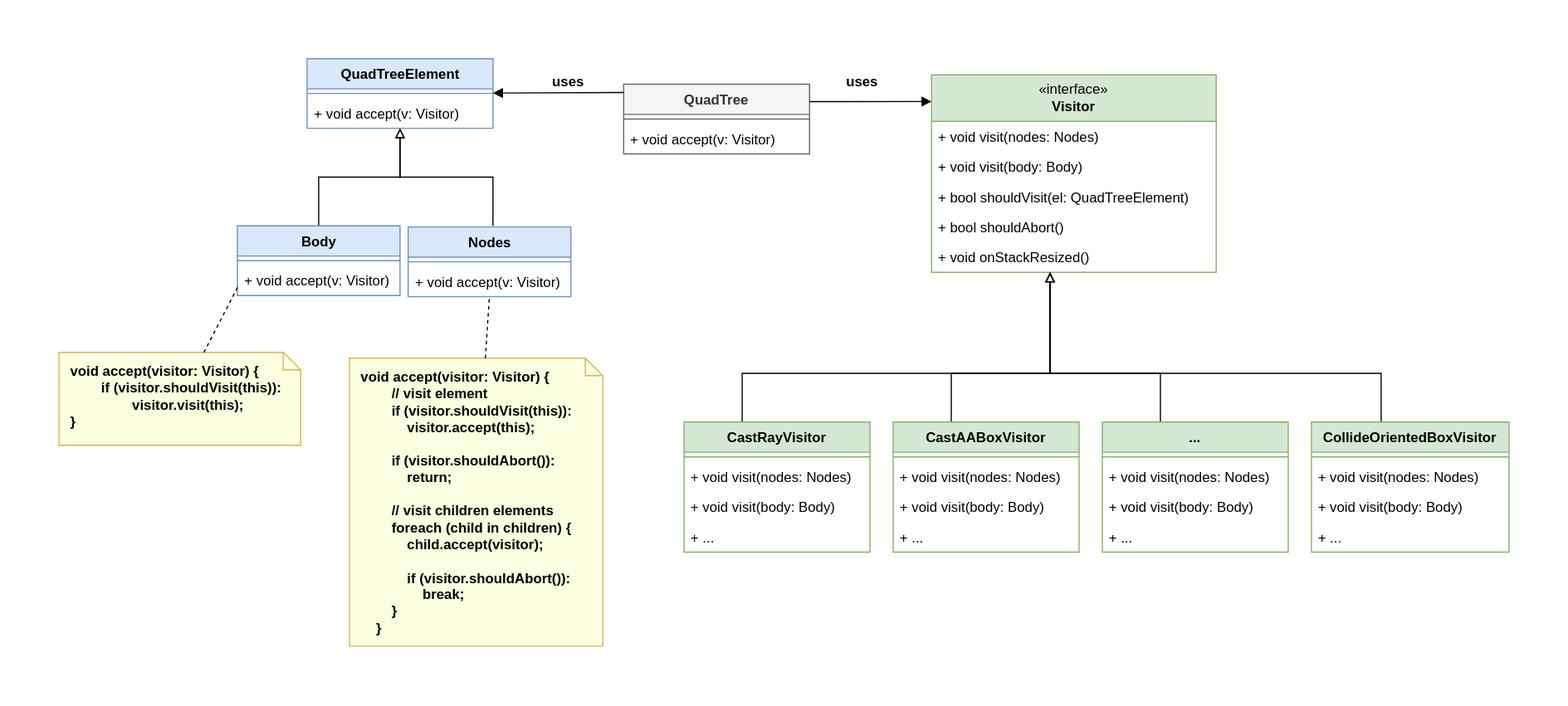
This is analysis/patterns/images/VisitorUML.svg from SwDA-Team20/Project-Team20, a draw.io export, as it was before one commit. Source tidied: cells renumbered, new cells last; positions are measured from the earlier drawing's top-left corner, leaving out a move shared by most shapes.
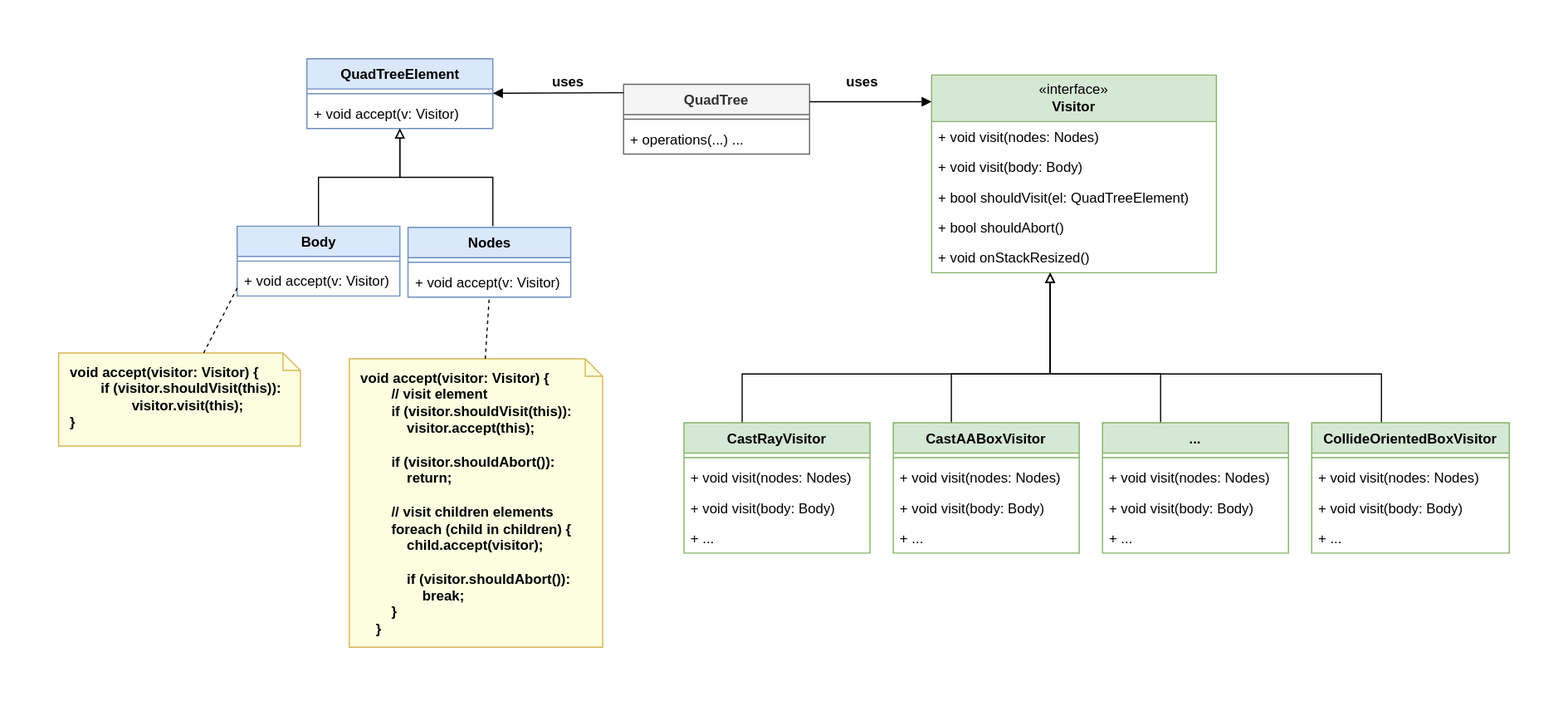
Later version of the same file.

Commit message:
Updated visitor UML, rewritten some sections of design analysis and added patterns summary

Diff of the diagram source:
```diff
@@ -153,7 +153,7 @@
     <mxCell id="44" style="line;strokeWidth=1;fillColor=none;align=left;verticalAlign=middle;spacingTop=-1;spacingLeft=3;spacingRight=3;labelPosition=right;strokeColor=inherit;" parent="43" vertex="1">
       <mxGeometry y="26" width="160" height="8" as="geometry" />
     </mxCell>
-    <mxCell id="45" value="+ void accept(v: Visitor)" style="text;strokeColor=none;fillColor=none;align=left;verticalAlign=top;spacingLeft=4;spacingRight=4;overflow=hidden;whiteSpace=wrap;html=1;" parent="43" vertex="1">
+    <mxCell id="45" value="+ operations(...) ..." style="text;strokeColor=none;fillColor=none;align=left;verticalAlign=top;spacingLeft=4;spacingRight=4;overflow=hidden;whiteSpace=wrap;html=1;" parent="43" vertex="1">
       <mxGeometry y="34" width="160" height="26" as="geometry" />
     </mxCell>
     <mxCell id="46" value="uses" style="html=1;verticalAlign=bottom;endArrow=block;rounded=0;fontFamily=Helvetica;fontSize=12;fontColor=default;fontStyle=1;horizontal=1;exitX=0;exitY=0.12;exitDx=0;exitDy=0;exitPerimeter=0;" parent="1" edge="1" source="43" target="2">
```
